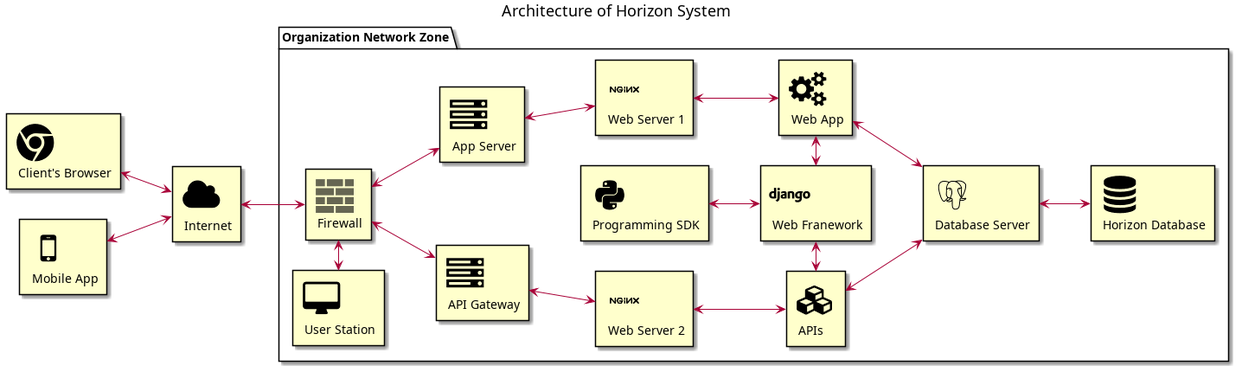
Above: HorizonUml/out/Architecture/ArchitectureDiagram.png in mahyaresteki/Horizon (PlantUML), before the change.
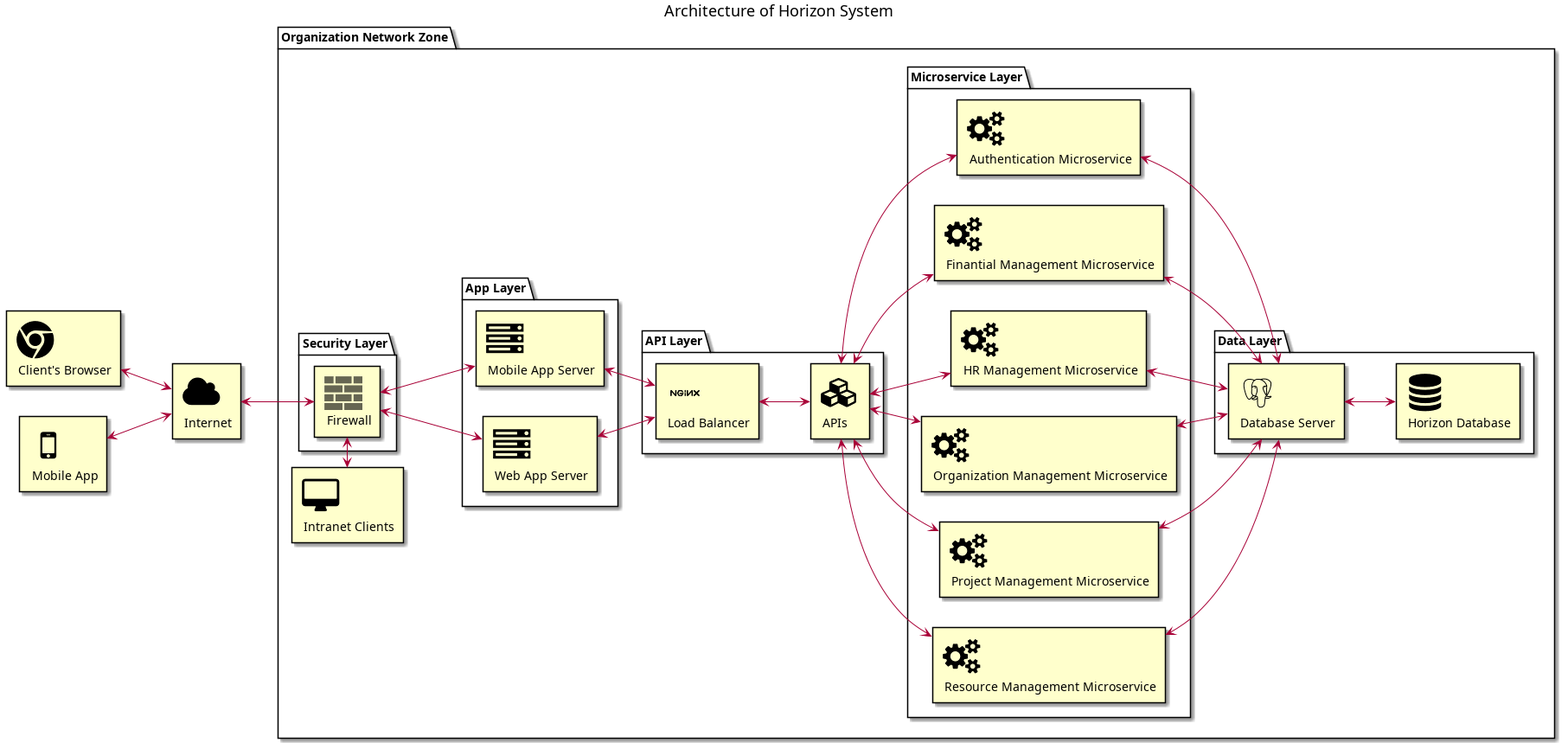
Above is the later version.

What changed in the source:
```diff
@@ -15,26 +15,37 @@
 !include <tupadr3/font-awesome/cubes>
 !include <tupadr3/font-awesome/cogs>
 !include <tupadr3/devicons/postgresql>
-!include <tupadr3/devicons/python>
-!include <tupadr3/devicons/django>
 !include <tupadr3/devicons/nginx>
 !include <office/Concepts/firewall_orange>
 
 title Architecture of Horizon System
 
 package "Organization Network Zone" as HorizonSystem{
-    DEV_DJANGO(django, "Web Franework") #BUSINESS
-    DEV_PYTHON(python, "Programming SDK") #BUSINESS
-    DEV_NGINX(webServer1, "Web Server 1") #BUSINESS
-    DEV_NGINX(webServer2, "Web Server 2") #BUSINESS
-    FA_SERVER(appServer, "App Server") #BUSINESS
-    FA_SERVER(apiGateway, "API Gateway") #BUSINESS
-    OFF_FIREWALL_ORANGE(firewall,"Firewall") #BUSINESS
-    DEV_POSTGRESQL(databaseServer, "Database Server") #BUSINESS
-    FA_DATABASE(database, "Horizon Database") #BUSINESS
-    FA_CUBES(apis, "APIs") #BUSINESS
-    FA_COGS(webApp, "Web App") #BUSINESS
-    FA_DESKTOP(userStation, "User Station") #BUSINESS
+    package "Microservice Layer" as microserviceLayer{
+        FA_COGS(authMicroservice, "Authentication Microservice") #BUSINESS
+        FA_COGS(financialMicroservice, "Finantial Management Microservice") #BUSINESS
+        FA_COGS(hrMicroservice, "HR Management Microservice") #BUSINESS
+        FA_COGS(organizationMicroservice, "Organization Management Microservice") #BUSINESS
+        FA_COGS(projectMicroservice, "Project Management Microservice") #BUSINESS
+        FA_COGS(resourceMicroservice, "Resource Management Microservice") #BUSINESS
+    }
+    package "API Layer" as apiLayer{
+        DEV_NGINX(webServer1, "Load Balancer") #BUSINESS
+        FA_CUBES(apis, "APIs") #BUSINESS
+    }
+    package "App Layer" as appLayer{
+        FA_SERVER(mobileAppServer, "Mobile App Server") #BUSINESS
+        FA_SERVER(webAppServer, "Web App Server") #BUSINESS
+    }
+    package "Security Layer" as securityLayer{
+        OFF_FIREWALL_ORANGE(firewall,"Firewall") #BUSINESS
+    }
+    package "Data Layer" as dataLayer{
+        DEV_POSTGRESQL(databaseServer, "Database Server") #BUSINESS
+        FA_DATABASE(database, "Horizon Database") #BUSINESS
+    }
+
+    FA_DESKTOP(userStation, "Intranet Clients") #BUSINESS
 }
 
 FA_CLOUD(internet, "Internet") #BUSINESS
@@ -44,17 +55,23 @@
 client <--> internet
 mobileApp <--> internet
 internet <--> firewall
-firewall <--> appServer
-firewall <--> apiGateway
+firewall <--> mobileAppServer
+firewall <--> webAppServer
 databaseServer <--> database
-webServer2 <--> apis
-apis <-> django
-django <-> webApp
-webServer1 <--> webApp
-apis <--> databaseServer
-webApp <--> databaseServer
-appServer <--> webServer1
-apiGateway <--> webServer2
-python <--> django
+webServer1 <--> apis
+apis <--> authMicroservice
+apis <--> financialMicroservice
+apis <--> hrMicroservice
+apis <--> organizationMicroservice
+apis <--> projectMicroservice
+apis <--> resourceMicroservice
+authMicroservice <--> databaseServer
+financialMicroservice <--> databaseServer
+hrMicroservice <--> databaseServer
+organizationMicroservice <--> databaseServer
+projectMicroservice <--> databaseServer
+resourceMicroservice <--> databaseServer
+mobileAppServer <--> webServer1
+webAppServer <--> webServer1
 userStation <-> firewall
 @enduml
```
